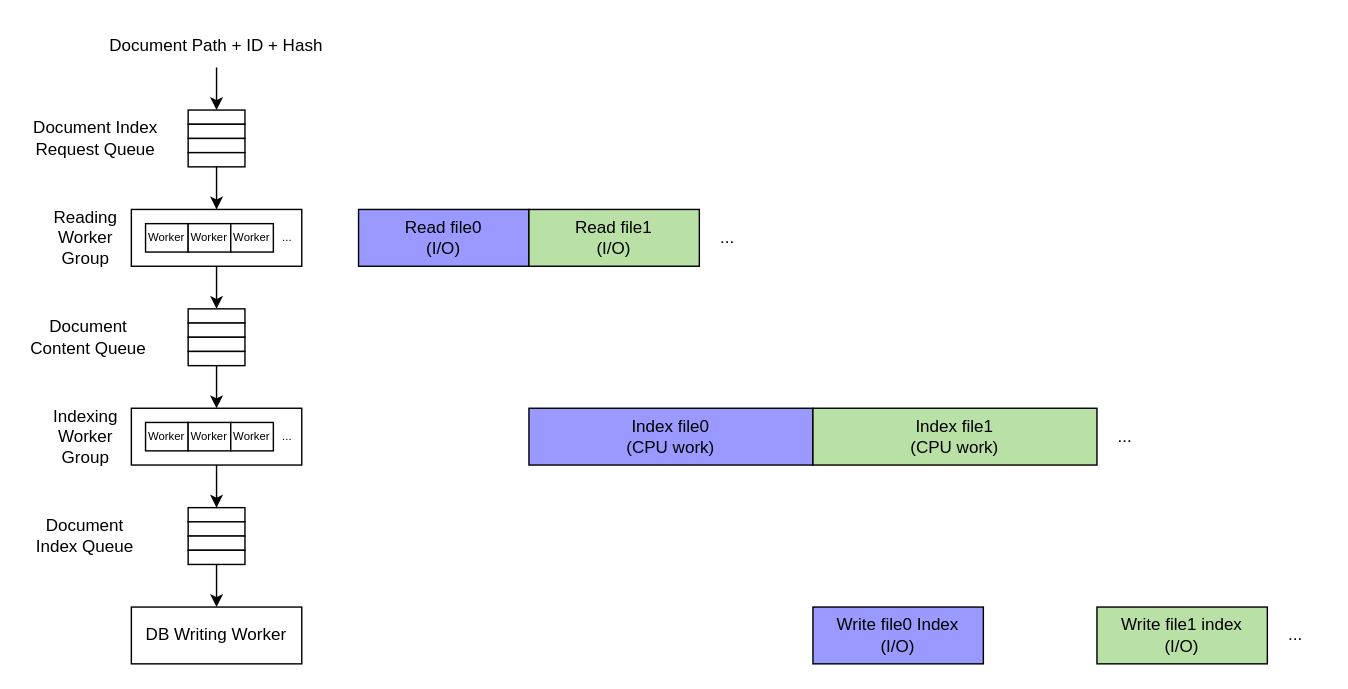
This is page "indexing-pipeline" (6 of 6) of docfd.drawio from darrenldl/darrenldl.github.io, a draw.io file, before an edit. Source tidied: cells renumbered, new cells numbered last; positions are measured from the earlier drawing's top-left corner, leaving out a move shared by most shapes. Both pictures are drawn from the tidied source at 142%, with x=0, y=0 at pixel (24, 24).
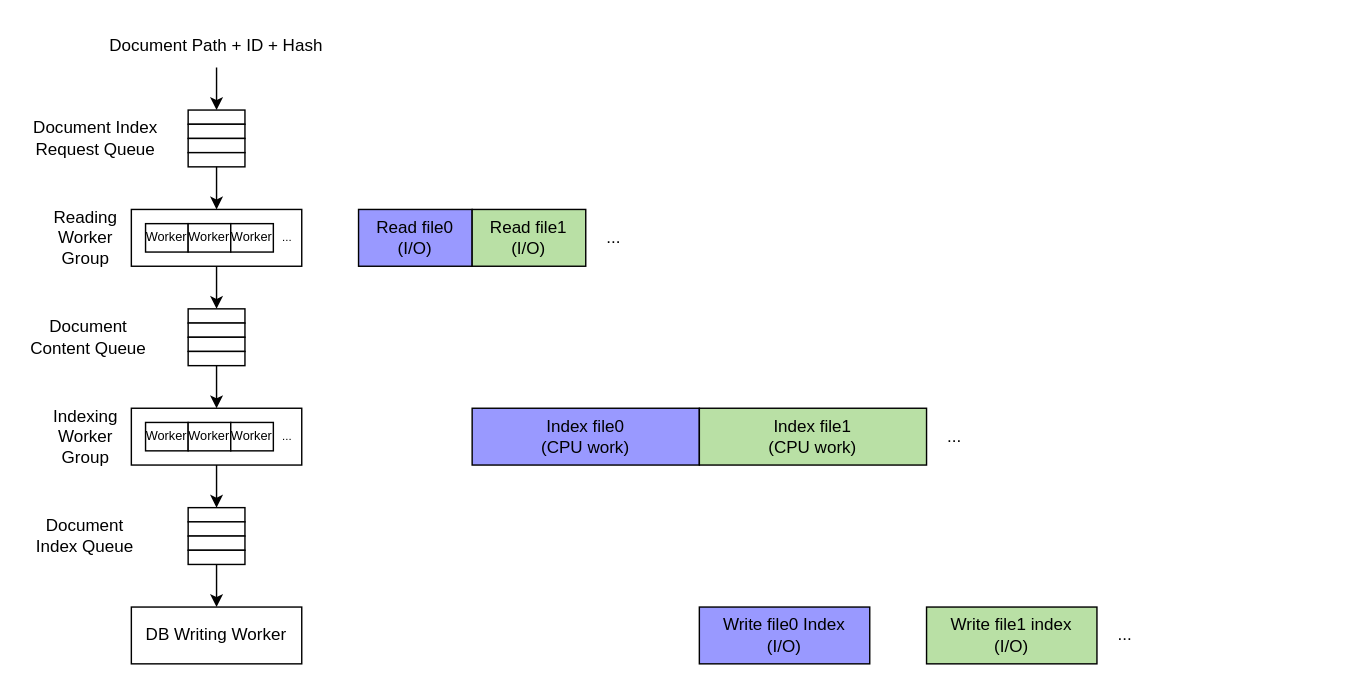
After the change.

The edit, as a diff of the source:
```diff
@@
     <mxCell id="4" value="Read file0&lt;br&gt;(I/O)" style="rounded=0;whiteSpace=wrap;html=1;fillColor=#9999FF;" parent="1" vertex="1">
-      <mxGeometry x="235" y="130" width="120" height="40" as="geometry" />
+      <mxGeometry x="235" y="130" width="80" height="40" as="geometry" />
     </mxCell>
     <mxCell id="5" value="Index file0&lt;br&gt;(CPU work)" style="rounded=0;whiteSpace=wrap;html=1;fillColor=#9999FF;" parent="1" vertex="1">
-      <mxGeometry x="355" y="270" width="200" height="40" as="geometry" />
+      <mxGeometry x="315" y="270" width="160" height="40" as="geometry" />
     </mxCell>
     <mxCell id="6" value="Read file1&lt;br&gt;(I/O)" style="rounded=0;whiteSpace=wrap;html=1;fillColor=#B9E0A5;" parent="1" vertex="1">
-      <mxGeometry x="355" y="130" width="120" height="40" as="geometry" />
+      <mxGeometry x="315" y="130" width="80" height="40" as="geometry" />
     </mxCell>
     <mxCell id="7" value="Index file1&lt;br&gt;(CPU work)" style="rounded=0;whiteSpace=wrap;html=1;fillColor=#B9E0A5;" parent="1" vertex="1">
-      <mxGeometry x="555" y="270" width="200" height="40" as="geometry" />
+      <mxGeometry x="475" y="270" width="160" height="40" as="geometry" />
     </mxCell>
     <mxCell id="8" value="..." style="text;html=1;whiteSpace=wrap;strokeColor=none;fillColor=none;align=center;verticalAlign=middle;rounded=0;" parent="1" vertex="1">
-      <mxGeometry x="475" y="130" width="40" height="40" as="geometry" />
+      <mxGeometry x="395" y="130" width="40" height="40" as="geometry" />
     </mxCell>
     <mxCell id="9" value="Write file0 Index&lt;br&gt;(I/O)" style="rounded=0;whiteSpace=wrap;html=1;fillColor=#9999FF;" parent="1" vertex="1">
-      <mxGeometry x="555" y="410" width="120" height="40" as="geometry" />
+      <mxGeometry x="475" y="410" width="120" height="40" as="geometry" />
     </mxCell>
     <mxCell id="10" value="Write file1 index&lt;br&gt;(I/O)" style="rounded=0;whiteSpace=wrap;html=1;fillColor=#B9E0A5;" parent="1" vertex="1">
-      <mxGeometry x="755" y="410" width="120" height="40" as="geometry" />
+      <mxGeometry x="635" y="410" width="120" height="40" as="geometry" />
     </mxCell>
@@
     <mxCell id="37" value="..." style="text;html=1;whiteSpace=wrap;strokeColor=none;fillColor=none;align=center;verticalAlign=middle;rounded=0;" parent="1" vertex="1">
-      <mxGeometry x="755" y="270" width="40" height="40" as="geometry" />
+      <mxGeometry x="635" y="270" width="40" height="40" as="geometry" />
     </mxCell>
     <mxCell id="38" value="..." style="text;html=1;whiteSpace=wrap;strokeColor=none;fillColor=none;align=center;verticalAlign=middle;rounded=0;" parent="1" vertex="1">
-      <mxGeometry x="875" y="410" width="40" height="40" as="geometry" />
+      <mxGeometry x="755" y="410" width="40" height="40" as="geometry" />
     </mxCell>
@@
-    <mxCell id="41" value="Worker" style="rounded=0;whiteSpace=wrap;html=1;fontSize=8;" parent="1" vertex="1">
+    <mxCell id="41" value="Worker" style="rounded=0;whiteSpace=wrap;html=1;fontSize=9;" parent="1" vertex="1">
       <mxGeometry x="85" y="140" width="30" height="20" as="geometry" />
     </mxCell>
-    <mxCell id="42" value="Worker" style="rounded=0;whiteSpace=wrap;html=1;fontSize=8;" parent="1" vertex="1">
+    <mxCell id="42" value="Worker" style="rounded=0;whiteSpace=wrap;html=1;fontSize=9;" parent="1" vertex="1">
       <mxGeometry x="115" y="140" width="30" height="20" as="geometry" />
     </mxCell>
-    <mxCell id="43" value="Worker" style="rounded=0;whiteSpace=wrap;html=1;fontSize=8;" parent="1" vertex="1">
+    <mxCell id="43" value="Worker" style="rounded=0;whiteSpace=wrap;html=1;fontSize=9;" parent="1" vertex="1">
       <mxGeometry x="145" y="140" width="30" height="20" as="geometry" />
     </mxCell>
@@
-    <mxCell id="45" value="Worker" style="rounded=0;whiteSpace=wrap;html=1;fontSize=8;" parent="1" vertex="1">
+    <mxCell id="45" value="Worker" style="rounded=0;whiteSpace=wrap;html=1;fontSize=9;" parent="1" vertex="1">
       <mxGeometry x="85" y="280" width="30" height="20" as="geometry" />
     </mxCell>
-    <mxCell id="46" value="Worker" style="rounded=0;whiteSpace=wrap;html=1;fontSize=8;" parent="1" vertex="1">
+    <mxCell id="46" value="Worker" style="rounded=0;whiteSpace=wrap;html=1;fontSize=9;" parent="1" vertex="1">
       <mxGeometry x="115" y="280" width="30" height="20" as="geometry" />
     </mxCell>
-    <mxCell id="47" value="Worker" style="rounded=0;whiteSpace=wrap;html=1;fontSize=8;" parent="1" vertex="1">
+    <mxCell id="47" value="Worker" style="rounded=0;whiteSpace=wrap;html=1;fontSize=9;" parent="1" vertex="1">
       <mxGeometry x="145" y="280" width="30" height="20" as="geometry" />
     </mxCell>
```
